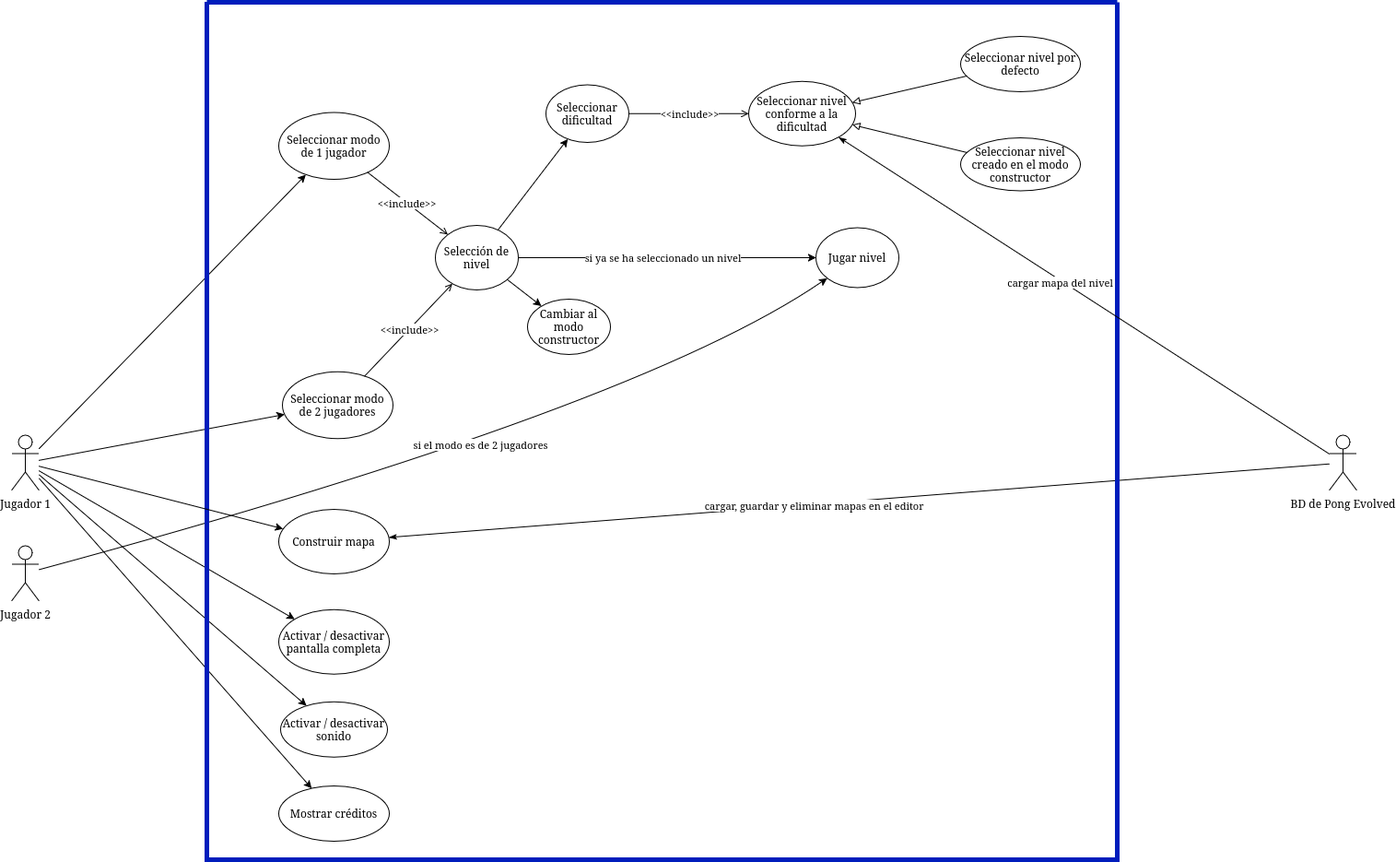
Above: Proyecto02_Equipo-Polimorfo/DiagramaCasosPong.drawio.png in OmarLarrondo/Equipo-Polimorfo (draw.io), before the change. Source tidied: cells renumbered, new cells last; positions are measured from the earlier drawing's top-left corner, leaving out a move shared by most shapes. Source of this version:
```xml
<mxGraphModel>
  <root>
    <mxCell id="0" />
    <mxCell id="1" parent="0" />
    <mxCell id="2" value="cargar, guardar y eliminar mapas en el editor" style="endArrow=none;html=1;rounded=0;curved=1;endFill=0;startArrow=classicThin;startFill=1;" parent="1" edge="1" source="23" target="34">
      <mxGeometry x="-0.1" y="-2" relative="1" as="geometry">
        <mxPoint x="-1" as="offset" />
      </mxGeometry>
    </mxCell>
    <mxCell id="3" value="si el modo es de 2 jugadores" style="curved=1;endArrow=none;html=1;rounded=0;endFill=0;startArrow=classic;startFill=1;" parent="1" edge="1" source="22" target="5">
      <mxGeometry x="-0.08" y="-6" relative="1" as="geometry">
        <Array as="points">
          <mxPoint x="680" y="440" />
        </Array>
      </mxGeometry>
    </mxCell>
    <mxCell id="4" value="Jugador 1" style="shape=umlActor;verticalLabelPosition=bottom;verticalAlign=top;html=1;outlineConnect=0;" parent="1" vertex="1">
      <mxGeometry y="469.5" width="30" height="60" as="geometry" />
    </mxCell>
    <mxCell id="5" value="Jugador 2" style="shape=umlActor;verticalLabelPosition=bottom;verticalAlign=top;html=1;outlineConnect=0;" parent="1" vertex="1">
      <mxGeometry y="589.5" width="30" height="60" as="geometry" />
    </mxCell>
    <mxCell id="6" style="curved=1;endArrow=none;html=1;rounded=0;endFill=0;startArrow=classic;startFill=1;" parent="1" edge="1" source="14" target="4">
      <mxGeometry relative="1" as="geometry" />
    </mxCell>
    <mxCell id="7" style="curved=1;endArrow=none;html=1;rounded=0;endFill=0;startArrow=classic;startFill=1;" parent="1" edge="1" source="24" target="4">
      <mxGeometry relative="1" as="geometry" />
    </mxCell>
    <mxCell id="8" style="curved=1;endArrow=none;html=1;rounded=0;endFill=0;startArrow=classic;startFill=1;" parent="1" edge="1" source="15" target="4">
      <mxGeometry relative="1" as="geometry" />
    </mxCell>
    <mxCell id="9" style="curved=1;endArrow=none;html=1;rounded=0;endFill=0;startArrow=classic;startFill=1;" parent="1" edge="1" source="13" target="4">
      <mxGeometry relative="1" as="geometry" />
    </mxCell>
    <mxCell id="10" style="curved=1;endArrow=none;html=1;rounded=0;endFill=0;startArrow=classic;startFill=1;" parent="1" edge="1" source="12" target="4">
      <mxGeometry relative="1" as="geometry" />
    </mxCell>
    <mxCell id="11" style="swimlane;startSize=0;fillColor=light-dark(#0050EF,#283EFF);fontColor=#ffffff;strokeColor=light-dark(#001DBC, #0222d4);strokeWidth=5;" parent="1" vertex="1">
      <mxGeometry x="212" width="988" height="930" as="geometry" />
    </mxCell>
    <mxCell id="12" value="Activar / desactivar sonido" style="ellipse;whiteSpace=wrap;html=1;" parent="11" vertex="1">
      <mxGeometry x="80" y="758.8" width="116" height="60" as="geometry" />
    </mxCell>
    <mxCell id="13" value="Mostrar créditos" style="ellipse;whiteSpace=wrap;html=1;" parent="11" vertex="1">
      <mxGeometry x="78" y="850" width="120" height="60" as="geometry" />
    </mxCell>
    <mxCell id="14" value="Seleccionar modo de 1 jugador" style="ellipse;whiteSpace=wrap;html=1;" parent="11" vertex="1">
      <mxGeometry x="78" y="119.5" width="120" height="72.5" as="geometry" />
    </mxCell>
    <mxCell id="15" value="Activar / desactivar pantalla completa" style="ellipse;whiteSpace=wrap;html=1;" parent="11" vertex="1">
      <mxGeometry x="78" y="658.8" width="120" height="70" as="geometry" />
    </mxCell>
    <mxCell id="16" value="Selección de nivel" style="ellipse;whiteSpace=wrap;html=1;" parent="11" vertex="1">
      <mxGeometry x="248" y="242" width="90" height="70" as="geometry" />
    </mxCell>
    <mxCell id="17" value="&amp;lt;&amp;lt;include&amp;gt;&amp;gt;" style="curved=1;endArrow=none;html=1;rounded=0;endFill=0;startArrow=open;startFill=0;" parent="11" edge="1" source="16" target="14">
      <mxGeometry relative="1" as="geometry" />
    </mxCell>
    <mxCell id="18" value="Seleccionar dificultad" style="ellipse;whiteSpace=wrap;html=1;" parent="11" vertex="1">
      <mxGeometry x="368" y="89.5" width="90" height="62.5" as="geometry" />
    </mxCell>
    <mxCell id="19" value="Cambiar al modo constructor" style="ellipse;whiteSpace=wrap;html=1;" parent="11" vertex="1">
      <mxGeometry x="348" y="322" width="90" height="60" as="geometry" />
    </mxCell>
    <mxCell id="20" style="curved=1;endArrow=none;html=1;rounded=0;endFill=0;startArrow=classic;startFill=1;" parent="11" edge="1" source="19" target="16">
      <mxGeometry relative="1" as="geometry" />
    </mxCell>
    <mxCell id="21" style="curved=1;endArrow=none;html=1;rounded=0;endFill=0;startArrow=classic;startFill=1;" parent="11" edge="1" source="18" target="16">
      <mxGeometry relative="1" as="geometry" />
    </mxCell>
    <mxCell id="22" value="Jugar nivel" style="ellipse;whiteSpace=wrap;html=1;" parent="11" vertex="1">
      <mxGeometry x="661" y="244.5" width="90" height="65" as="geometry" />
    </mxCell>
    <mxCell id="23" value="Construir mapa" style="ellipse;whiteSpace=wrap;html=1;" parent="11" vertex="1">
      <mxGeometry x="78" y="550" width="120" height="70" as="geometry" />
    </mxCell>
    <mxCell id="24" value="Seleccionar modo de 2 jugadores" style="ellipse;whiteSpace=wrap;html=1;" parent="11" vertex="1">
      <mxGeometry x="82" y="400.8" width="120" height="72.5" as="geometry" />
    </mxCell>
    <mxCell id="25" style="curved=1;endArrow=none;html=1;rounded=0;endFill=0;startArrow=classic;startFill=1;" parent="11" edge="1" source="22" target="16">
      <mxGeometry relative="1" as="geometry" />
    </mxCell>
    <mxCell id="26" value="si ya se ha&amp;nbsp;&lt;span style=&quot;background-color: light-dark(#ffffff, var(--ge-dark-color, #121212)); color: light-dark(rgb(0, 0, 0), rgb(255, 255, 255));&quot;&gt;seleccionado un nivel&lt;/span&gt;" style="edgeLabel;html=1;align=center;verticalAlign=middle;" parent="25" vertex="1">
      <mxGeometry x="0.05" y="-2" relative="1" as="geometry" />
    </mxCell>
    <mxCell id="27" value="Seleccionar nivel conforme a la dificultad" style="ellipse;whiteSpace=wrap;html=1;" parent="11" vertex="1">
      <mxGeometry x="588" y="85.8" width="116" height="70" as="geometry" />
    </mxCell>
    <mxCell id="28" value="&amp;lt;&amp;lt;include&amp;gt;&amp;gt;" style="curved=1;endArrow=none;html=1;rounded=0;endFill=0;startArrow=open;startFill=0;" parent="11" edge="1" source="27" target="18">
      <mxGeometry relative="1" as="geometry" />
    </mxCell>
    <mxCell id="29" value="Seleccionar nivel por defecto" style="ellipse;whiteSpace=wrap;html=1;" parent="11" vertex="1">
      <mxGeometry x="818" y="37" width="130" height="60" as="geometry" />
    </mxCell>
    <mxCell id="30" value="Seleccionar nivel creado en el modo constructor" style="ellipse;whiteSpace=wrap;html=1;" parent="11" vertex="1">
      <mxGeometry x="818" y="147" width="130" height="57.5" as="geometry" />
    </mxCell>
    <mxCell id="31" style="curved=1;endArrow=block;html=1;rounded=0;endFill=0;startArrow=none;startFill=0;" parent="11" edge="1" source="30" target="27">
      <mxGeometry relative="1" as="geometry" />
    </mxCell>
    <mxCell id="32" style="curved=1;endArrow=block;html=1;rounded=0;endFill=0;startArrow=none;startFill=0;" parent="11" edge="1" source="29" target="27">
      <mxGeometry relative="1" as="geometry" />
    </mxCell>
    <mxCell id="33" value="&amp;lt;&amp;lt;include&amp;gt;&amp;gt;" style="curved=1;endArrow=none;html=1;rounded=0;endFill=0;startArrow=open;startFill=0;" parent="11" edge="1" source="16" target="24">
      <mxGeometry relative="1" as="geometry" />
    </mxCell>
    <mxCell id="34" value="BD de Pong Evolved" style="shape=umlActor;verticalLabelPosition=bottom;verticalAlign=top;html=1;outlineConnect=0;" parent="1" vertex="1">
      <mxGeometry x="1430" y="469.5" width="30" height="60" as="geometry" />
    </mxCell>
    <mxCell id="35" style="curved=1;endArrow=none;html=1;rounded=0;endFill=0;startArrow=classic;startFill=1;" parent="1" edge="1" source="23" target="4">
      <mxGeometry relative="1" as="geometry" />
    </mxCell>
    <mxCell id="36" value="cargar mapa del nivel" style="endArrow=none;html=1;rounded=0;curved=1;endFill=0;startArrow=classicThin;startFill=1;" parent="1" edge="1" source="27" target="34">
      <mxGeometry x="-0.1" y="-2" relative="1" as="geometry">
        <mxPoint x="-1" as="offset" />
      </mxGeometry>
    </mxCell>
  </root>
</mxGraphModel>
```
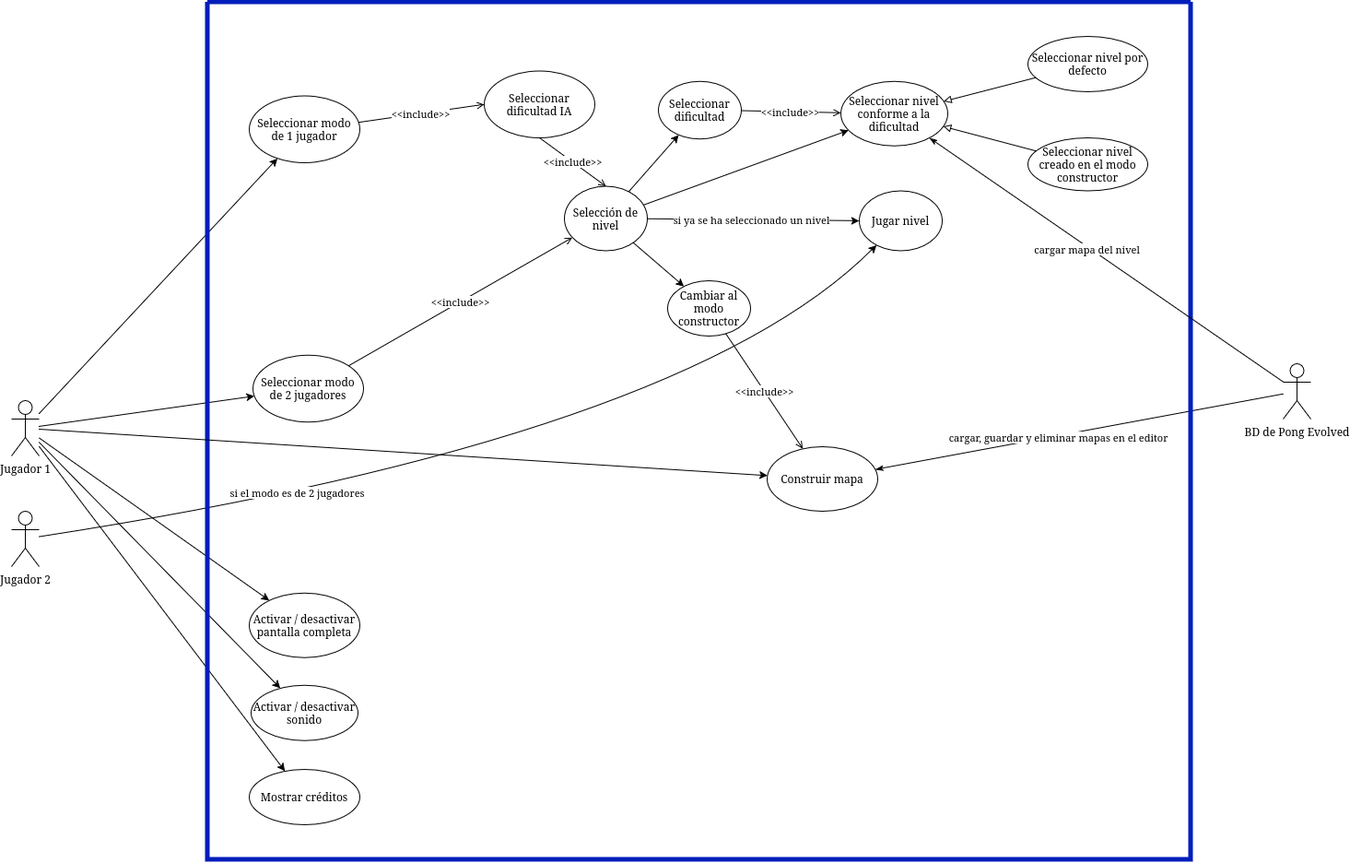
The same diagram one commit later.

What changed in the source:
```diff
@@ -8,17 +8,18 @@
       </mxGeometry>
     </mxCell>
     <mxCell id="3" value="si el modo es de 2 jugadores" style="curved=1;endArrow=none;html=1;rounded=0;endFill=0;startArrow=classic;startFill=1;" parent="1" edge="1" source="22" target="5">
-      <mxGeometry x="-0.08" y="-6" relative="1" as="geometry">
+      <mxGeometry x="0.43" y="-5" relative="1" as="geometry">
         <Array as="points">
-          <mxPoint x="680" y="440" />
+          <mxPoint x="682" y="685" />
         </Array>
+        <mxPoint x="1" as="offset" />
       </mxGeometry>
     </mxCell>
     <mxCell id="4" value="Jugador 1" style="shape=umlActor;verticalLabelPosition=bottom;verticalAlign=top;html=1;outlineConnect=0;" parent="1" vertex="1">
-      <mxGeometry y="469.5" width="30" height="60" as="geometry" />
+      <mxGeometry x="-48" y="645" width="30" height="60" as="geometry" />
     </mxCell>
     <mxCell id="5" value="Jugador 2" style="shape=umlActor;verticalLabelPosition=bottom;verticalAlign=top;html=1;outlineConnect=0;" parent="1" vertex="1">
-      <mxGeometry y="589.5" width="30" height="60" as="geometry" />
+      <mxGeometry x="-48" y="765" width="30" height="60" as="geometry" />
     </mxCell>
     <mxCell id="6" style="curved=1;endArrow=none;html=1;rounded=0;endFill=0;startArrow=classic;startFill=1;" parent="1" edge="1" source="14" target="4">
       <mxGeometry relative="1" as="geometry" />
@@ -36,31 +37,31 @@
       <mxGeometry relative="1" as="geometry" />
     </mxCell>
     <mxCell id="11" style="swimlane;startSize=0;fillColor=light-dark(#0050EF,#283EFF);fontColor=#ffffff;strokeColor=light-dark(#001DBC, #0222d4);strokeWidth=5;" parent="1" vertex="1">
-      <mxGeometry x="212" width="988" height="930" as="geometry" />
+      <mxGeometry x="165" y="213" width="1067" height="930" as="geometry" />
     </mxCell>
     <mxCell id="12" value="Activar / desactivar sonido" style="ellipse;whiteSpace=wrap;html=1;" parent="11" vertex="1">
-      <mxGeometry x="80" y="758.8" width="116" height="60" as="geometry" />
+      <mxGeometry x="47" y="740.8" width="116" height="60" as="geometry" />
     </mxCell>
     <mxCell id="13" value="Mostrar créditos" style="ellipse;whiteSpace=wrap;html=1;" parent="11" vertex="1">
-      <mxGeometry x="78" y="850" width="120" height="60" as="geometry" />
+      <mxGeometry x="45" y="832" width="120" height="60" as="geometry" />
     </mxCell>
     <mxCell id="14" value="Seleccionar modo de 1 jugador" style="ellipse;whiteSpace=wrap;html=1;" parent="11" vertex="1">
-      <mxGeometry x="78" y="119.5" width="120" height="72.5" as="geometry" />
+      <mxGeometry x="45" y="101.5" width="120" height="72.5" as="geometry" />
     </mxCell>
     <mxCell id="15" value="Activar / desactivar pantalla completa" style="ellipse;whiteSpace=wrap;html=1;" parent="11" vertex="1">
-      <mxGeometry x="78" y="658.8" width="120" height="70" as="geometry" />
+      <mxGeometry x="45" y="640.8" width="120" height="70" as="geometry" />
     </mxCell>
     <mxCell id="16" value="Selección de nivel" style="ellipse;whiteSpace=wrap;html=1;" parent="11" vertex="1">
-      <mxGeometry x="248" y="242" width="90" height="70" as="geometry" />
+      <mxGeometry x="387" y="199.5" width="90" height="70" as="geometry" />
     </mxCell>
-    <mxCell id="17" value="&amp;lt;&amp;lt;include&amp;gt;&amp;gt;" style="curved=1;endArrow=none;html=1;rounded=0;endFill=0;startArrow=open;startFill=0;" parent="11" edge="1" source="16" target="14">
+    <mxCell id="17" value="&amp;lt;&amp;lt;include&amp;gt;&amp;gt;" style="curved=1;endArrow=none;html=1;rounded=0;endFill=0;startArrow=open;startFill=0;exitX=0;exitY=0.5;exitDx=0;exitDy=0;" parent="11" edge="1" source="37" target="14">
       <mxGeometry relative="1" as="geometry" />
     </mxCell>
     <mxCell id="18" value="Seleccionar dificultad" style="ellipse;whiteSpace=wrap;html=1;" parent="11" vertex="1">
-      <mxGeometry x="368" y="89.5" width="90" height="62.5" as="geometry" />
+      <mxGeometry x="489" y="85.8" width="90" height="62.5" as="geometry" />
     </mxCell>
     <mxCell id="19" value="Cambiar al modo constructor" style="ellipse;whiteSpace=wrap;html=1;" parent="11" vertex="1">
-      <mxGeometry x="348" y="322" width="90" height="60" as="geometry" />
+      <mxGeometry x="499" y="302" width="90" height="60" as="geometry" />
     </mxCell>
     <mxCell id="20" style="curved=1;endArrow=none;html=1;rounded=0;endFill=0;startArrow=classic;startFill=1;" parent="11" edge="1" source="19" target="16">
       <mxGeometry relative="1" as="geometry" />
@@ -69,31 +70,33 @@
       <mxGeometry relative="1" as="geometry" />
     </mxCell>
     <mxCell id="22" value="Jugar nivel" style="ellipse;whiteSpace=wrap;html=1;" parent="11" vertex="1">
-      <mxGeometry x="661" y="244.5" width="90" height="65" as="geometry" />
+      <mxGeometry x="707" y="204.5" width="90" height="65" as="geometry" />
     </mxCell>
     <mxCell id="23" value="Construir mapa" style="ellipse;whiteSpace=wrap;html=1;" parent="11" vertex="1">
-      <mxGeometry x="78" y="550" width="120" height="70" as="geometry" />
+      <mxGeometry x="607" y="482" width="120" height="70" as="geometry" />
     </mxCell>
     <mxCell id="24" value="Seleccionar modo de 2 jugadores" style="ellipse;whiteSpace=wrap;html=1;" parent="11" vertex="1">
-      <mxGeometry x="82" y="400.8" width="120" height="72.5" as="geometry" />
+      <mxGeometry x="49" y="382.8" width="120" height="72.5" as="geometry" />
     </mxCell>
     <mxCell id="25" style="curved=1;endArrow=none;html=1;rounded=0;endFill=0;startArrow=classic;startFill=1;" parent="11" edge="1" source="22" target="16">
       <mxGeometry relative="1" as="geometry" />
     </mxCell>
     <mxCell id="26" value="si ya se ha&amp;nbsp;&lt;span style=&quot;background-color: light-dark(#ffffff, var(--ge-dark-color, #121212)); color: light-dark(rgb(0, 0, 0), rgb(255, 255, 255));&quot;&gt;seleccionado un nivel&lt;/span&gt;" style="edgeLabel;html=1;align=center;verticalAlign=middle;" parent="25" vertex="1">
-      <mxGeometry x="0.05" y="-2" relative="1" as="geometry" />
+      <mxGeometry x="0.05" y="-2" relative="1" as="geometry">
+        <mxPoint x="2" y="1" as="offset" />
+      </mxGeometry>
     </mxCell>
     <mxCell id="27" value="Seleccionar nivel conforme a la dificultad" style="ellipse;whiteSpace=wrap;html=1;" parent="11" vertex="1">
-      <mxGeometry x="588" y="85.8" width="116" height="70" as="geometry" />
+      <mxGeometry x="687" y="85.8" width="116" height="70" as="geometry" />
     </mxCell>
     <mxCell id="28" value="&amp;lt;&amp;lt;include&amp;gt;&amp;gt;" style="curved=1;endArrow=none;html=1;rounded=0;endFill=0;startArrow=open;startFill=0;" parent="11" edge="1" source="27" target="18">
       <mxGeometry relative="1" as="geometry" />
     </mxCell>
     <mxCell id="29" value="Seleccionar nivel por defecto" style="ellipse;whiteSpace=wrap;html=1;" parent="11" vertex="1">
-      <mxGeometry x="818" y="37" width="130" height="60" as="geometry" />
+      <mxGeometry x="890" y="37" width="130" height="60" as="geometry" />
     </mxCell>
     <mxCell id="30" value="Seleccionar nivel creado en el modo constructor" style="ellipse;whiteSpace=wrap;html=1;" parent="11" vertex="1">
-      <mxGeometry x="818" y="147" width="130" height="57.5" as="geometry" />
+      <mxGeometry x="890" y="147" width="130" height="57.5" as="geometry" />
     </mxCell>
     <mxCell id="31" style="curved=1;endArrow=block;html=1;rounded=0;endFill=0;startArrow=none;startFill=0;" parent="11" edge="1" source="30" target="27">
       <mxGeometry relative="1" as="geometry" />
@@ -104,8 +107,20 @@
     <mxCell id="33" value="&amp;lt;&amp;lt;include&amp;gt;&amp;gt;" style="curved=1;endArrow=none;html=1;rounded=0;endFill=0;startArrow=open;startFill=0;" parent="11" edge="1" source="16" target="24">
       <mxGeometry relative="1" as="geometry" />
     </mxCell>
+    <mxCell id="37" value="Seleccionar dificultad IA" style="ellipse;whiteSpace=wrap;html=1;" parent="11" vertex="1">
+      <mxGeometry x="300" y="74.5" width="120" height="72.5" as="geometry" />
+    </mxCell>
+    <mxCell id="38" value="&amp;lt;&amp;lt;include&amp;gt;&amp;gt;" style="curved=1;endArrow=none;html=1;rounded=0;endFill=0;startArrow=open;startFill=0;exitX=0.5;exitY=0;exitDx=0;exitDy=0;entryX=0.5;entryY=1;entryDx=0;entryDy=0;" parent="11" edge="1" source="16" target="37">
+      <mxGeometry relative="1" as="geometry" />
+    </mxCell>
+    <mxCell id="39" value="&amp;lt;&amp;lt;include&amp;gt;&amp;gt;" style="curved=1;endArrow=none;html=1;rounded=0;endFill=0;startArrow=open;startFill=0;" parent="11" edge="1" source="23" target="19">
+      <mxGeometry relative="1" as="geometry" />
+    </mxCell>
+    <mxCell id="40" style="curved=1;endArrow=none;html=1;rounded=0;endFill=0;startArrow=classic;startFill=1;" parent="11" edge="1" source="27" target="16">
+      <mxGeometry relative="1" as="geometry" />
+    </mxCell>
     <mxCell id="34" value="BD de Pong Evolved" style="shape=umlActor;verticalLabelPosition=bottom;verticalAlign=top;html=1;outlineConnect=0;" parent="1" vertex="1">
-      <mxGeometry x="1430" y="469.5" width="30" height="60" as="geometry" />
+      <mxGeometry x="1332" y="605" width="30" height="60" as="geometry" />
     </mxCell>
     <mxCell id="35" style="curved=1;endArrow=none;html=1;rounded=0;endFill=0;startArrow=classic;startFill=1;" parent="1" edge="1" source="23" target="4">
       <mxGeometry relative="1" as="geometry" />
```
